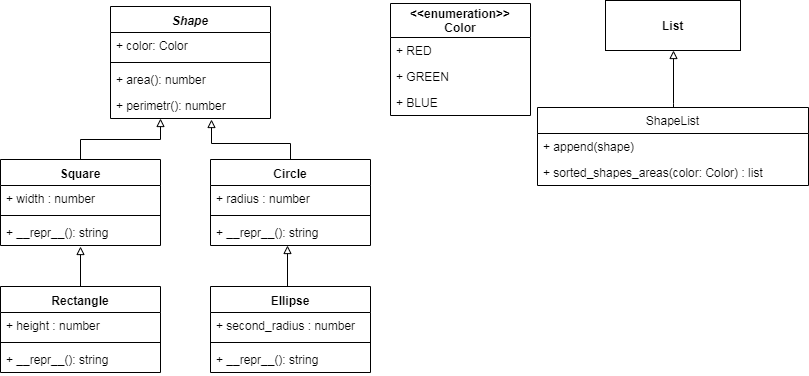
Before: uml.png, a diagram exported from draw.io (Andrewisnew/leti-training-practice). Source tidied: cells renumbered, new cells last; positions are measured from the earlier drawing's top-left corner, leaving out a move shared by most shapes.
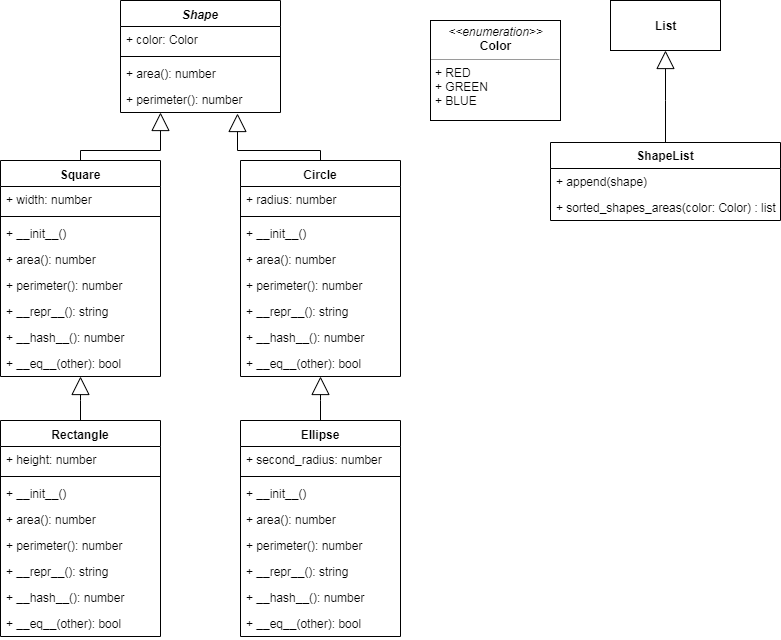
The same diagram one commit later.

Commit message:
added __eq__ and __hash__ functions

Change to the diagram source:
```diff
@@ -3,124 +3,184 @@
     <mxCell id="0" />
     <mxCell id="1" parent="0" />
     <mxCell id="2" value="Shape" style="swimlane;fontStyle=3;align=center;verticalAlign=top;horizontal=1;startSize=26;" parent="1" vertex="1">
-      <mxGeometry x="110" y="6" width="160" height="112" as="geometry" />
+      <mxGeometry x="150" y="-7" width="160" height="112" as="geometry" />
     </mxCell>
     <mxCell id="3" value="+ color: Color" style="text;strokeColor=none;fillColor=none;align=left;verticalAlign=top;spacingLeft=4;spacingRight=4;overflow=hidden;" parent="2" vertex="1">
       <mxGeometry y="26" width="160" height="26" as="geometry" />
     </mxCell>
-    <mxCell id="4" style="line;strokeWidth=1;fillColor=none;align=left;verticalAlign=middle;spacingTop=-1;spacingLeft=3;spacingRight=3;labelPosition=right;" parent="2" vertex="1">
-      <mxGeometry y="52" width="160" height="8" as="geometry" />
-    </mxCell>
+    <mxCell id="36" style="line;strokeWidth=1;fillColor=none;align=left;verticalAlign=middle;spacingTop=-1;spacingLeft=3;spacingRight=3;labelPosition=right;" parent="2" vertex="1">
+      <mxGeometry y="52" width="160" height="8" as="geometry" />
+    </mxCell>
     <mxCell id="5" value="+ area(): number" style="text;strokeColor=none;fillColor=none;align=left;verticalAlign=top;spacingLeft=4;spacingRight=4;overflow=hidden;" parent="2" vertex="1">
       <mxGeometry y="60" width="160" height="26" as="geometry" />
     </mxCell>
-    <mxCell id="6" value="+ perimetr(): number" style="text;strokeColor=none;fillColor=none;align=left;verticalAlign=top;spacingLeft=4;spacingRight=4;overflow=hidden;points=[[0,0.5],[1,0.5]];portConstraint=eastwest;" parent="2" vertex="1">
-      <mxGeometry y="86" width="160" height="26" as="geometry" />
-    </mxCell>
+    <mxCell id="37" value="+ perimeter(): number" style="text;strokeColor=none;fillColor=none;align=left;verticalAlign=top;spacingLeft=4;spacingRight=4;overflow=hidden;points=[[0,0.5],[1,0.5]];portConstraint=eastwest;" parent="2" vertex="1">
+      <mxGeometry y="86" width="160" height="26" as="geometry" />
+    </mxCell>
     <mxCell id="7" value="Square" style="swimlane;fontStyle=1;align=center;verticalAlign=top;horizontal=1;startSize=26;" parent="1" vertex="1">
-      <mxGeometry y="159" width="160" height="86" as="geometry" />
+      <mxGeometry x="30" y="153" width="160" height="216" as="geometry" />
     </mxCell>
-    <mxCell id="8" value="+ width : number" style="text;strokeColor=none;fillColor=none;align=left;verticalAlign=top;spacingLeft=4;spacingRight=4;overflow=hidden;" parent="7" vertex="1">
-      <mxGeometry y="26" width="160" height="26" as="geometry" />
-    </mxCell>
-    <mxCell id="9" style="line;strokeWidth=1;fillColor=none;align=left;verticalAlign=middle;spacingTop=-1;spacingLeft=3;spacingRight=3;labelPosition=right;" parent="7" vertex="1">
-      <mxGeometry y="52" width="160" height="8" as="geometry" />
-    </mxCell>
-    <mxCell id="10" value="+ __repr__(): string" style="text;strokeColor=none;fillColor=none;align=left;verticalAlign=top;spacingLeft=4;spacingRight=4;overflow=hidden;points=[[0,0.5],[1,0.5]];portConstraint=eastwest;" parent="7" vertex="1">
-      <mxGeometry y="60" width="160" height="26" as="geometry" />
-    </mxCell>
-    <mxCell id="11" style="edgeStyle=orthogonalEdgeStyle;rounded=0;jettySize=auto;html=1;exitX=0.5;exitY=0;exitDx=0;exitDy=0;entryX=0.5;entryY=1.038;entryDx=0;entryDy=0;entryPerimeter=0;endArrow=block;endFill=0;" parent="1" edge="1" source="12" target="10">
-      <mxGeometry relative="1" as="geometry" />
-    </mxCell>
+    <mxCell id="38" value="+ width: number" style="text;strokeColor=none;fillColor=none;align=left;verticalAlign=top;spacingLeft=4;spacingRight=4;overflow=hidden;" parent="7" vertex="1">
+      <mxGeometry y="26" width="160" height="26" as="geometry" />
+    </mxCell>
+    <mxCell id="39" style="line;strokeWidth=1;fillColor=none;align=left;verticalAlign=middle;spacingTop=-1;spacingLeft=3;spacingRight=3;labelPosition=right;" parent="7" vertex="1">
+      <mxGeometry y="52" width="160" height="8" as="geometry" />
+    </mxCell>
+    <mxCell id="40" value="+ __init__()" style="text;strokeColor=none;fillColor=none;align=left;verticalAlign=top;spacingLeft=4;spacingRight=4;overflow=hidden;" parent="7" vertex="1">
+      <mxGeometry y="60" width="160" height="26" as="geometry" />
+    </mxCell>
+    <mxCell id="41" value="+ area(): number" style="text;strokeColor=none;fillColor=none;align=left;verticalAlign=top;spacingLeft=4;spacingRight=4;overflow=hidden;" parent="7" vertex="1">
+      <mxGeometry y="86" width="160" height="26" as="geometry" />
+    </mxCell>
+    <mxCell id="42" value="+ perimeter(): number" style="text;strokeColor=none;fillColor=none;align=left;verticalAlign=top;spacingLeft=4;spacingRight=4;overflow=hidden;" parent="7" vertex="1">
+      <mxGeometry y="112" width="160" height="26" as="geometry" />
+    </mxCell>
+    <mxCell id="43" value="+ __repr__(): string" style="text;strokeColor=none;fillColor=none;align=left;verticalAlign=top;spacingLeft=4;spacingRight=4;overflow=hidden;" parent="7" vertex="1">
+      <mxGeometry y="138" width="160" height="26" as="geometry" />
+    </mxCell>
+    <mxCell id="44" value="+ __hash__(): number" style="text;strokeColor=none;fillColor=none;align=left;verticalAlign=top;spacingLeft=4;spacingRight=4;overflow=hidden;" parent="7" vertex="1">
+      <mxGeometry y="164" width="160" height="26" as="geometry" />
+    </mxCell>
+    <mxCell id="45" value="+ __eq__(other): bool" style="text;strokeColor=none;fillColor=none;align=left;verticalAlign=top;spacingLeft=4;spacingRight=4;overflow=hidden;" parent="7" vertex="1">
+      <mxGeometry y="190" width="160" height="26" as="geometry" />
+    </mxCell>
     <mxCell id="12" value="Rectangle" style="swimlane;fontStyle=1;align=center;verticalAlign=top;horizontal=1;startSize=26;" parent="1" vertex="1">
-      <mxGeometry y="286" width="160" height="86" as="geometry" />
+      <mxGeometry x="30" y="413" width="160" height="216" as="geometry" />
     </mxCell>
-    <mxCell id="13" value="+ height : number" style="text;strokeColor=none;fillColor=none;align=left;verticalAlign=top;spacingLeft=4;spacingRight=4;overflow=hidden;" parent="12" vertex="1">
-      <mxGeometry y="26" width="160" height="26" as="geometry" />
-    </mxCell>
-    <mxCell id="14" style="line;strokeWidth=1;fillColor=none;align=left;verticalAlign=middle;spacingTop=-1;spacingLeft=3;spacingRight=3;labelPosition=right;" parent="12" vertex="1">
-      <mxGeometry y="52" width="160" height="8" as="geometry" />
-    </mxCell>
-    <mxCell id="15" value="+ __repr__(): string" style="text;strokeColor=none;fillColor=none;align=left;verticalAlign=top;spacingLeft=4;spacingRight=4;overflow=hidden;" parent="12" vertex="1">
-      <mxGeometry y="60" width="160" height="26" as="geometry" />
-    </mxCell>
+    <mxCell id="46" value="+ height: number" style="text;strokeColor=none;fillColor=none;align=left;verticalAlign=top;spacingLeft=4;spacingRight=4;overflow=hidden;" parent="12" vertex="1">
+      <mxGeometry y="26" width="160" height="26" as="geometry" />
+    </mxCell>
+    <mxCell id="47" style="line;strokeWidth=1;fillColor=none;align=left;verticalAlign=middle;spacingTop=-1;spacingLeft=3;spacingRight=3;labelPosition=right;" parent="12" vertex="1">
+      <mxGeometry y="52" width="160" height="8" as="geometry" />
+    </mxCell>
+    <mxCell id="48" value="+ __init__()" style="text;strokeColor=none;fillColor=none;align=left;verticalAlign=top;spacingLeft=4;spacingRight=4;overflow=hidden;" parent="12" vertex="1">
+      <mxGeometry y="60" width="160" height="26" as="geometry" />
+    </mxCell>
+    <mxCell id="49" value="+ area(): number" style="text;strokeColor=none;fillColor=none;align=left;verticalAlign=top;spacingLeft=4;spacingRight=4;overflow=hidden;" parent="12" vertex="1">
+      <mxGeometry y="86" width="160" height="26" as="geometry" />
+    </mxCell>
+    <mxCell id="50" value="+ perimeter(): number" style="text;strokeColor=none;fillColor=none;align=left;verticalAlign=top;spacingLeft=4;spacingRight=4;overflow=hidden;" parent="12" vertex="1">
+      <mxGeometry y="112" width="160" height="26" as="geometry" />
+    </mxCell>
+    <mxCell id="51" value="+ __repr__(): string" style="text;strokeColor=none;fillColor=none;align=left;verticalAlign=top;spacingLeft=4;spacingRight=4;overflow=hidden;" parent="12" vertex="1">
+      <mxGeometry y="138" width="160" height="26" as="geometry" />
+    </mxCell>
+    <mxCell id="52" value="+ __hash__(): number" style="text;strokeColor=none;fillColor=none;align=left;verticalAlign=top;spacingLeft=4;spacingRight=4;overflow=hidden;" parent="12" vertex="1">
+      <mxGeometry y="164" width="160" height="26" as="geometry" />
+    </mxCell>
+    <mxCell id="53" value="+ __eq__(other): bool" style="text;strokeColor=none;fillColor=none;align=left;verticalAlign=top;spacingLeft=4;spacingRight=4;overflow=hidden;" parent="12" vertex="1">
+      <mxGeometry y="190" width="160" height="26" as="geometry" />
+    </mxCell>
+    <mxCell id="20" value="Ellipse" style="swimlane;fontStyle=1;align=center;verticalAlign=top;horizontal=1;startSize=26;" parent="1" vertex="1">
+      <mxGeometry x="270" y="413" width="160" height="216" as="geometry" />
+    </mxCell>
+    <mxCell id="54" value="+ second_radius: number" style="text;strokeColor=none;fillColor=none;align=left;verticalAlign=top;spacingLeft=4;spacingRight=4;overflow=hidden;" parent="20" vertex="1">
+      <mxGeometry y="26" width="160" height="26" as="geometry" />
+    </mxCell>
+    <mxCell id="55" style="line;strokeWidth=1;fillColor=none;align=left;verticalAlign=middle;spacingTop=-1;spacingLeft=3;spacingRight=3;labelPosition=right;" parent="20" vertex="1">
+      <mxGeometry y="52" width="160" height="8" as="geometry" />
+    </mxCell>
+    <mxCell id="56" value="+ __init__()" style="text;strokeColor=none;fillColor=none;align=left;verticalAlign=top;spacingLeft=4;spacingRight=4;overflow=hidden;" parent="20" vertex="1">
+      <mxGeometry y="60" width="160" height="26" as="geometry" />
+    </mxCell>
+    <mxCell id="57" value="+ area(): number" style="text;strokeColor=none;fillColor=none;align=left;verticalAlign=top;spacingLeft=4;spacingRight=4;overflow=hidden;" parent="20" vertex="1">
+      <mxGeometry y="86" width="160" height="26" as="geometry" />
+    </mxCell>
+    <mxCell id="58" value="+ perimeter(): number" style="text;strokeColor=none;fillColor=none;align=left;verticalAlign=top;spacingLeft=4;spacingRight=4;overflow=hidden;" parent="20" vertex="1">
+      <mxGeometry y="112" width="160" height="26" as="geometry" />
+    </mxCell>
+    <mxCell id="59" value="+ __repr__(): string" style="text;strokeColor=none;fillColor=none;align=left;verticalAlign=top;spacingLeft=4;spacingRight=4;overflow=hidden;" parent="20" vertex="1">
+      <mxGeometry y="138" width="160" height="26" as="geometry" />
+    </mxCell>
+    <mxCell id="60" value="+ __hash__(): number" style="text;strokeColor=none;fillColor=none;align=left;verticalAlign=top;spacingLeft=4;spacingRight=4;overflow=hidden;" parent="20" vertex="1">
+      <mxGeometry y="164" width="160" height="26" as="geometry" />
+    </mxCell>
+    <mxCell id="61" value="+ __eq__(other): bool" style="text;strokeColor=none;fillColor=none;align=left;verticalAlign=top;spacingLeft=4;spacingRight=4;overflow=hidden;" parent="20" vertex="1">
+      <mxGeometry y="190" width="160" height="26" as="geometry" />
+    </mxCell>
     <mxCell id="16" value="Circle" style="swimlane;fontStyle=1;align=center;verticalAlign=top;horizontal=1;startSize=26;" parent="1" vertex="1">
-      <mxGeometry x="210" y="159" width="160" height="86" as="geometry" />
+      <mxGeometry x="270" y="153" width="160" height="216" as="geometry" />
     </mxCell>
-    <mxCell id="17" value="+ radius : number" style="text;strokeColor=none;fillColor=none;align=left;verticalAlign=top;spacingLeft=4;spacingRight=4;overflow=hidden;" parent="16" vertex="1">
-      <mxGeometry y="26" width="160" height="26" as="geometry" />
-    </mxCell>
-    <mxCell id="18" style="line;strokeWidth=1;fillColor=none;align=left;verticalAlign=middle;spacingTop=-1;spacingLeft=3;spacingRight=3;labelPosition=right;" parent="16" vertex="1">
-      <mxGeometry y="52" width="160" height="8" as="geometry" />
-    </mxCell>
-    <mxCell id="19" value="+ __repr__(): string" style="text;strokeColor=none;fillColor=none;align=left;verticalAlign=top;spacingLeft=4;spacingRight=4;overflow=hidden;points=[[0,0.5],[1,0.5]];portConstraint=eastwest;" parent="16" vertex="1">
-      <mxGeometry y="60" width="160" height="26" as="geometry" />
-    </mxCell>
-    <mxCell id="20" value="Ellipse" style="swimlane;fontStyle=1;align=center;verticalAlign=top;horizontal=1;startSize=26;" parent="1" vertex="1">
-      <mxGeometry x="210" y="286" width="160" height="86" as="geometry" />
-    </mxCell>
-    <mxCell id="21" value="+ second_radius : number" style="text;strokeColor=none;fillColor=none;align=left;verticalAlign=top;spacingLeft=4;spacingRight=4;overflow=hidden;" parent="20" vertex="1">
-      <mxGeometry y="26" width="160" height="26" as="geometry" />
-    </mxCell>
-    <mxCell id="22" style="line;strokeWidth=1;fillColor=none;align=left;verticalAlign=middle;spacingTop=-1;spacingLeft=3;spacingRight=3;labelPosition=right;" parent="20" vertex="1">
-      <mxGeometry y="52" width="160" height="8" as="geometry" />
-    </mxCell>
-    <mxCell id="23" value="+ __repr__(): string" style="text;strokeColor=none;fillColor=none;align=left;verticalAlign=top;spacingLeft=4;spacingRight=4;overflow=hidden;" parent="20" vertex="1">
-      <mxGeometry y="60" width="160" height="26" as="geometry" />
-    </mxCell>
-    <mxCell id="24" style="edgeStyle=orthogonalEdgeStyle;rounded=0;jettySize=auto;html=1;exitX=0.5;exitY=0;exitDx=0;exitDy=0;endArrow=block;endFill=0;" parent="1" edge="1" source="20" target="19">
-      <mxGeometry relative="1" as="geometry">
-        <Array as="points">
-          <mxPoint x="287" y="286" />
-        </Array>
-      </mxGeometry>
-    </mxCell>
-    <mxCell id="25" style="edgeStyle=orthogonalEdgeStyle;rounded=0;jettySize=auto;html=1;exitX=0.5;exitY=0;exitDx=0;exitDy=0;endArrow=block;endFill=0;" parent="1" edge="1" source="7" target="6">
-      <mxGeometry relative="1" as="geometry">
-        <Array as="points">
-          <mxPoint x="80" y="139" />
-          <mxPoint x="160" y="139" />
-        </Array>
-      </mxGeometry>
-    </mxCell>
-    <mxCell id="26" style="edgeStyle=orthogonalEdgeStyle;rounded=0;jettySize=auto;html=1;exitX=0.5;exitY=0;exitDx=0;exitDy=0;endArrow=block;endFill=0;entryX=0.631;entryY=1.038;entryDx=0;entryDy=0;entryPerimeter=0;" parent="1" edge="1" source="16" target="6">
-      <mxGeometry relative="1" as="geometry">
-        <Array as="points">
-          <mxPoint x="290" y="143" />
-          <mxPoint x="211" y="143" />
-        </Array>
-      </mxGeometry>
-    </mxCell>
-    <mxCell id="27" value="&lt;&lt;enumeration&gt;&gt;&#10;Color" style="swimlane;fontStyle=1;horizontal=1;startSize=34;fillColor=none;" parent="1" vertex="1">
-      <mxGeometry x="390" y="3" width="140" height="112" as="geometry" />
-    </mxCell>
-    <mxCell id="28" value="+ RED" style="text;strokeColor=none;fillColor=none;align=left;verticalAlign=top;spacingLeft=4;spacingRight=4;overflow=hidden;" parent="27" vertex="1">
-      <mxGeometry y="34" width="140" height="26" as="geometry" />
-    </mxCell>
-    <mxCell id="29" value="+ GREEN" style="text;strokeColor=none;fillColor=none;align=left;verticalAlign=top;spacingLeft=4;spacingRight=4;overflow=hidden;" parent="27" vertex="1">
-      <mxGeometry y="60" width="140" height="26" as="geometry" />
-    </mxCell>
-    <mxCell id="30" value="+ BLUE" style="text;strokeColor=none;fillColor=none;align=left;verticalAlign=top;spacingLeft=4;spacingRight=4;overflow=hidden;" parent="27" vertex="1">
-      <mxGeometry y="86" width="140" height="26" as="geometry" />
-    </mxCell>
+    <mxCell id="62" value="+ radius: number" style="text;strokeColor=none;fillColor=none;align=left;verticalAlign=top;spacingLeft=4;spacingRight=4;overflow=hidden;" parent="16" vertex="1">
+      <mxGeometry y="26" width="160" height="26" as="geometry" />
+    </mxCell>
+    <mxCell id="63" style="line;strokeWidth=1;fillColor=none;align=left;verticalAlign=middle;spacingTop=-1;spacingLeft=3;spacingRight=3;labelPosition=right;" parent="16" vertex="1">
+      <mxGeometry y="52" width="160" height="8" as="geometry" />
+    </mxCell>
+    <mxCell id="64" value="+ __init__()" style="text;strokeColor=none;fillColor=none;align=left;verticalAlign=top;spacingLeft=4;spacingRight=4;overflow=hidden;" parent="16" vertex="1">
+      <mxGeometry y="60" width="160" height="26" as="geometry" />
+    </mxCell>
+    <mxCell id="65" value="+ area(): number" style="text;strokeColor=none;fillColor=none;align=left;verticalAlign=top;spacingLeft=4;spacingRight=4;overflow=hidden;" parent="16" vertex="1">
+      <mxGeometry y="86" width="160" height="26" as="geometry" />
+    </mxCell>
+    <mxCell id="66" value="+ perimeter(): number" style="text;strokeColor=none;fillColor=none;align=left;verticalAlign=top;spacingLeft=4;spacingRight=4;overflow=hidden;" parent="16" vertex="1">
+      <mxGeometry y="112" width="160" height="26" as="geometry" />
+    </mxCell>
+    <mxCell id="67" value="+ __repr__(): string" style="text;strokeColor=none;fillColor=none;align=left;verticalAlign=top;spacingLeft=4;spacingRight=4;overflow=hidden;" parent="16" vertex="1">
+      <mxGeometry y="138" width="160" height="26" as="geometry" />
+    </mxCell>
+    <mxCell id="68" value="+ __hash__(): number" style="text;strokeColor=none;fillColor=none;align=left;verticalAlign=top;spacingLeft=4;spacingRight=4;overflow=hidden;" parent="16" vertex="1">
+      <mxGeometry y="164" width="160" height="26" as="geometry" />
+    </mxCell>
+    <mxCell id="69" value="+ __eq__(other): bool" style="text;strokeColor=none;fillColor=none;align=left;verticalAlign=top;spacingLeft=4;spacingRight=4;overflow=hidden;" parent="16" vertex="1">
+      <mxGeometry y="190" width="160" height="26" as="geometry" />
+    </mxCell>
+    <mxCell id="70" style="endArrow=block;endSize=16;endFill=0;html=1;exitX=0.5;exitY=0;exitDx=0;exitDy=0;rounded=0;entryX=0.25;entryY=1;entryDx=0;entryDy=0;entryPerimeter=0;" parent="1" edge="1" source="7" target="37">
+      <mxGeometry x="0.57" y="91" relative="1" as="geometry">
+        <Array as="points">
+          <mxPoint x="110" y="143" />
+          <mxPoint x="190" y="143" />
+        </Array>
+        <mxPoint y="-1" as="offset" />
+      </mxGeometry>
+    </mxCell>
+    <mxCell id="71" style="endArrow=block;endSize=16;endFill=0;html=1;exitX=0.5;exitY=0;exitDx=0;exitDy=0;rounded=0;" parent="1" edge="1" source="16">
+      <mxGeometry x="0.57" y="91" relative="1" as="geometry">
+        <mxPoint x="267" y="106" as="targetPoint" />
+        <Array as="points">
+          <mxPoint x="350" y="143" />
+          <mxPoint x="267" y="143" />
+        </Array>
+        <mxPoint y="-1" as="offset" />
+      </mxGeometry>
+    </mxCell>
+    <mxCell id="72" style="endArrow=block;endSize=16;endFill=0;html=1;exitX=0.5;exitY=0;exitDx=0;exitDy=0;rounded=0;" parent="1" edge="1" source="12" target="7">
+      <mxGeometry x="0.57" y="91" relative="1" as="geometry">
+        <Array as="points">
+          <mxPoint x="110" y="393" />
+        </Array>
+        <mxPoint y="-1" as="offset" />
+      </mxGeometry>
+    </mxCell>
+    <mxCell id="73" style="endArrow=block;endSize=16;endFill=0;html=1;exitX=0.5;exitY=0;exitDx=0;exitDy=0;rounded=0;" parent="1" edge="1" source="20" target="16">
+      <mxGeometry x="0.57" y="91" relative="1" as="geometry">
+        <Array as="points">
+          <mxPoint x="350" y="393" />
+        </Array>
+        <mxPoint y="-1" as="offset" />
+      </mxGeometry>
+    </mxCell>
+    <mxCell id="74" value="&lt;p style=&quot;margin: 0px ; margin-top: 4px ; text-align: center&quot;&gt;&lt;i&gt;&amp;lt;&amp;lt;enumeration&amp;gt;&amp;gt;&lt;/i&gt;&lt;br&gt;&lt;b&gt;Color&lt;/b&gt;&lt;/p&gt;&lt;hr size=&quot;1&quot;&gt;&lt;p style=&quot;margin: 0px ; margin-left: 4px&quot;&gt;+ RED&lt;/p&gt;&lt;p style=&quot;margin: 0px ; margin-left: 4px&quot;&gt;+ GREEN&lt;br&gt;+ BLUE&lt;/p&gt;&lt;p style=&quot;margin: 0px ; margin-left: 4px&quot;&gt;&lt;br&gt;&lt;/p&gt;" style="verticalAlign=top;align=left;overflow=fill;fontSize=12;fontFamily=Helvetica;html=1;" parent="1" vertex="1">
+      <mxGeometry x="460" y="13" width="130" height="100" as="geometry" />
+    </mxCell>
     <mxCell id="31" value="&lt;b&gt;List&lt;/b&gt;" style="html=1;" parent="1" vertex="1">
-      <mxGeometry x="605" width="135" height="50" as="geometry" />
+      <mxGeometry x="640" y="-7" width="110" height="50" as="geometry" />
     </mxCell>
-    <mxCell id="32" value="ShapeList" style="swimlane;fontStyle=0;horizontal=1;startSize=26;fillColor=none;" parent="1" vertex="1">
-      <mxGeometry x="537" y="107" width="271" height="78" as="geometry" />
+    <mxCell id="32" value="ShapeList" style="swimlane;fontStyle=1;horizontal=1;startSize=26;fillColor=none;" parent="1" vertex="1">
+      <mxGeometry x="580" y="135" width="230" height="78" as="geometry" />
     </mxCell>
     <mxCell id="33" value="+ append(shape)" style="text;strokeColor=none;fillColor=none;align=left;verticalAlign=top;spacingLeft=4;spacingRight=4;overflow=hidden;" parent="32" vertex="1">
-      <mxGeometry y="26" width="271" height="26" as="geometry" />
+      <mxGeometry y="26" width="230" height="26" as="geometry" />
     </mxCell>
     <mxCell id="34" value="+ sorted_shapes_areas(color: Color) : list" style="text;strokeColor=none;fillColor=none;align=left;verticalAlign=top;spacingLeft=4;spacingRight=4;overflow=hidden;" parent="32" vertex="1">
-      <mxGeometry y="52" width="271" height="26" as="geometry" />
+      <mxGeometry y="52" width="230" height="26" as="geometry" />
     </mxCell>
-    <mxCell id="35" style="edgeStyle=orthogonalEdgeStyle;rounded=0;jettySize=auto;html=1;exitX=0.5;exitY=0;exitDx=0;exitDy=0;endArrow=block;endFill=0;entryX=0.5;entryY=1;entryDx=0;entryDy=0;" parent="1" edge="1" source="32" target="31">
-      <mxGeometry relative="1" as="geometry">
+    <mxCell id="35" style="endArrow=block;endSize=16;endFill=0;html=1;exitX=0.5;exitY=0;exitDx=0;exitDy=0;rounded=0;entryX=0.5;entryY=1;entryDx=0;entryDy=0;" parent="1" edge="1" source="32" target="31">
+      <mxGeometry x="0.57" y="91" relative="1" as="geometry">
         <Array as="points">
-          <mxPoint x="673" y="103" />
-          <mxPoint x="673" y="103" />
+          <mxPoint x="695" y="93" />
         </Array>
+        <mxPoint y="-1" as="offset" />
       </mxGeometry>
     </mxCell>
   </root>
```
